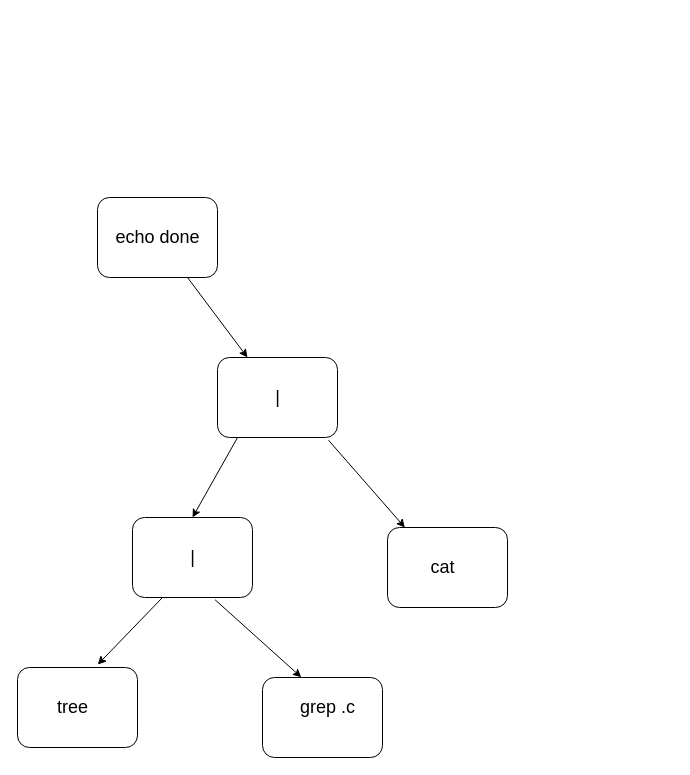
The draw.io diagram ast.drawio in iibabyy/minishell, before the edit. Source tidied: cells renumbered, new cells numbered last; positions are measured from the earlier drawing's top-left corner, leaving out a move shared by most shapes. Both pictures are drawn from the tidied source at 100%, with x=0, y=0 at pixel (17, 197).
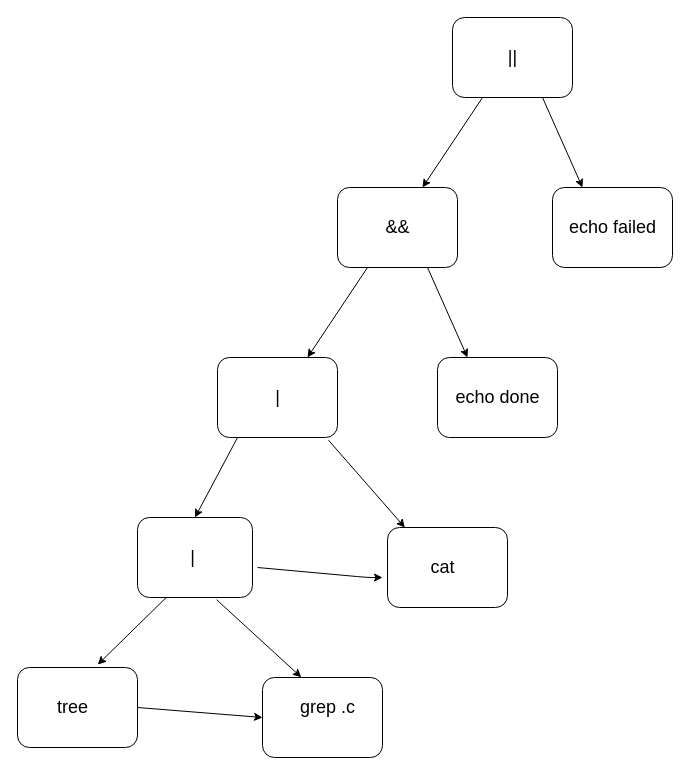
The same page after the edit.

Unchanged cells that the change refers to:
```xml
<mxCell id="2" style="rounded=1;whiteSpace=wrap;html=1;" parent="1" vertex="1">
  <mxGeometry y="470" width="120" height="80" as="geometry" />
</mxCell>
<mxCell id="5" style="rounded=1;whiteSpace=wrap;html=1;" parent="1" vertex="1">
  <mxGeometry x="245" y="480" width="120" height="80" as="geometry" />
</mxCell>
<mxCell id="10" style="rounded=1;whiteSpace=wrap;html=1;" parent="1" vertex="1">
  <mxGeometry x="200" y="160" width="120" height="80" as="geometry" />
</mxCell>
```

Diff of the diagram source:
```diff
@@
     <mxCell id="4" style="rounded=1;whiteSpace=wrap;html=1;" parent="1" vertex="1">
-      <mxGeometry x="115" y="320" width="120" height="80" as="geometry" />
+      <mxGeometry x="120" y="320" width="115" height="80" as="geometry" />
     </mxCell>
@@
-    <mxCell id="11" style="endArrow=classic;html=1;exitX=0.75;exitY=1;exitDx=0;exitDy=0;rounded=1;entryX=0.25;entryY=0;entryDx=0;entryDy=0;" parent="1" edge="1" source="12" target="10">
+    <mxCell id="11" style="endArrow=classic;html=1;exitX=0.25;exitY=1;exitDx=0;exitDy=0;rounded=1;entryX=0.75;entryY=0;entryDx=0;entryDy=0;" parent="1" edge="1" source="12" target="10">
       <mxGeometry relative="1" as="geometry" />
     </mxCell>
     <mxCell id="12" style="rounded=1;whiteSpace=wrap;html=1;" parent="1" vertex="1">
-      <mxGeometry x="80" width="120" height="80" as="geometry" />
+      <mxGeometry x="320" y="-10" width="120" height="80" as="geometry" />
     </mxCell>
@@
-    <mxCell id="18" value="echo done" style="text;html=1;align=center;verticalAlign=middle;strokeColor=none;fillColor=none;fontSize=18;" parent="1" vertex="1">
-      <mxGeometry x="85" y="20" width="110" height="40" as="geometry" />
+    <mxCell id="18" value="&amp;amp;&amp;amp;" style="text;html=1;align=center;verticalAlign=middle;strokeColor=none;fillColor=none;fontSize=18;" parent="1" vertex="1">
+      <mxGeometry x="355" y="10" width="50" height="40" as="geometry" />
     </mxCell>
+    <mxCell id="19" style="rounded=1;whiteSpace=wrap;html=1;" parent="1" vertex="1">
+      <mxGeometry x="420" y="160" width="120" height="80" as="geometry" />
+    </mxCell>
+    <mxCell id="20" value="echo done" style="text;html=1;align=center;verticalAlign=middle;strokeColor=none;fillColor=none;fontSize=18;" parent="1" vertex="1">
+      <mxGeometry x="425" y="180" width="110" height="40" as="geometry" />
+    </mxCell>
+    <mxCell id="21" style="endArrow=classic;html=1;exitX=0.75;exitY=1;exitDx=0;exitDy=0;rounded=1;entryX=0.25;entryY=0;entryDx=0;entryDy=0;" parent="1" edge="1" source="12" target="19">
+      <mxGeometry relative="1" as="geometry" />
+    </mxCell>
+    <mxCell id="22" style="endArrow=classic;html=1;exitX=1;exitY=0.5;exitDx=0;exitDy=0;entryX=0;entryY=0.5;entryDx=0;entryDy=0;" parent="1" edge="1" source="2" target="5">
+      <mxGeometry relative="1" as="geometry" />
+    </mxCell>
+    <mxCell id="23" style="endArrow=classic;html=1;exitX=1;exitY=0.5;exitDx=0;exitDy=0;entryX=0;entryY=0.5;entryDx=0;entryDy=0;" parent="1" edge="1">
+      <mxGeometry relative="1" as="geometry">
+        <mxPoint x="240" y="370" as="sourcePoint" />
+        <mxPoint x="365" y="380" as="targetPoint" />
+        <Array as="points">
+          <mxPoint x="350" y="380" />
+        </Array>
+      </mxGeometry>
+    </mxCell>
+    <mxCell id="24" style="endArrow=classic;html=1;exitX=0.25;exitY=1;exitDx=0;exitDy=0;rounded=1;entryX=0.75;entryY=0;entryDx=0;entryDy=0;" parent="1" edge="1" source="25">
+      <mxGeometry relative="1" as="geometry">
+        <mxPoint x="405" y="-10" as="targetPoint" />
+      </mxGeometry>
+    </mxCell>
+    <mxCell id="25" style="rounded=1;whiteSpace=wrap;html=1;" parent="1" vertex="1">
+      <mxGeometry x="435" y="-180" width="120" height="80" as="geometry" />
+    </mxCell>
+    <mxCell id="26" value="||" style="text;html=1;align=center;verticalAlign=middle;strokeColor=none;fillColor=none;fontSize=18;" parent="1" vertex="1">
+      <mxGeometry x="480" y="-160" width="30" height="40" as="geometry" />
+    </mxCell>
+    <mxCell id="27" style="rounded=1;whiteSpace=wrap;html=1;" parent="1" vertex="1">
+      <mxGeometry x="535" y="-10" width="120" height="80" as="geometry" />
+    </mxCell>
+    <mxCell id="28" value="echo failed" style="text;html=1;align=center;verticalAlign=middle;strokeColor=none;fillColor=none;fontSize=18;" parent="1" vertex="1">
+      <mxGeometry x="540" y="10" width="110" height="40" as="geometry" />
+    </mxCell>
+    <mxCell id="29" style="endArrow=classic;html=1;exitX=0.75;exitY=1;exitDx=0;exitDy=0;rounded=1;entryX=0.25;entryY=0;entryDx=0;entryDy=0;" parent="1" edge="1" source="25" target="27">
+      <mxGeometry relative="1" as="geometry" />
+    </mxCell>
```
